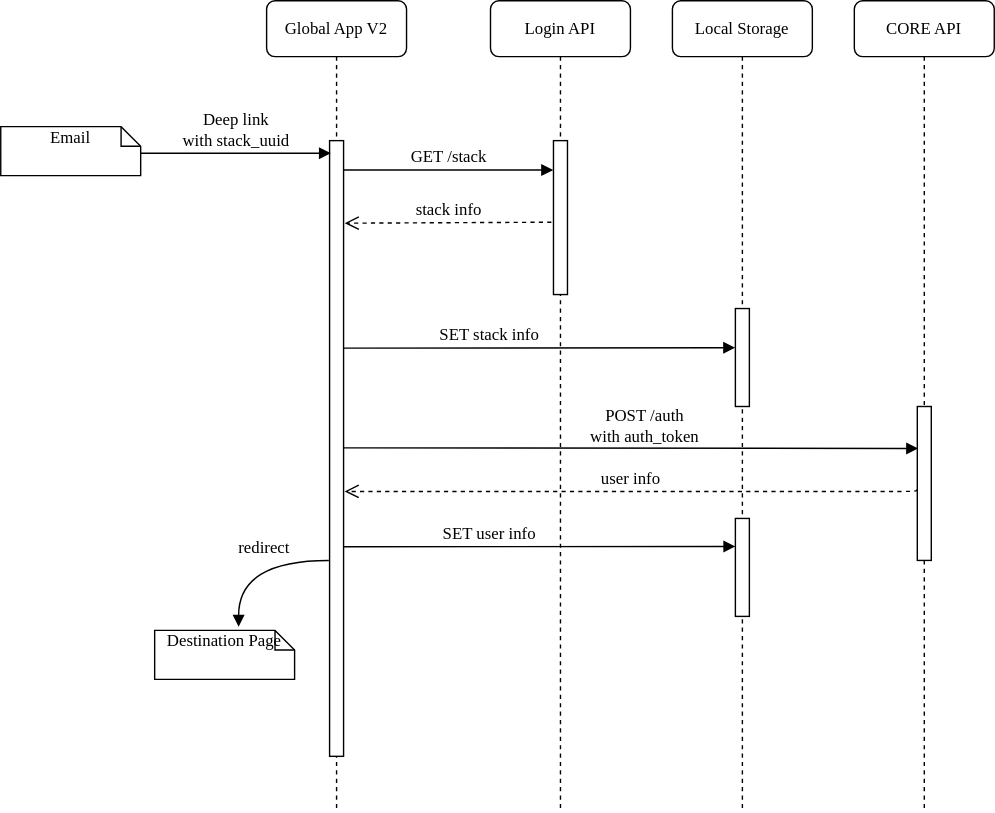
This is docs/workflows/deep-link.drawio.svg from intersective/app, a draw.io export, as it was before one commit. Source tidied: cells renumbered, new cells last; positions are measured from the earlier drawing's top-left corner, leaving out a move shared by most shapes. The source it was exported from:
```xml
<mxGraphModel>
  <root>
    <mxCell id="0" />
    <mxCell id="1" parent="0" />
    <mxCell id="2" value="Login API" style="shape=umlLifeline;perimeter=lifelinePerimeter;whiteSpace=wrap;html=1;rounded=1;shadow=0;comic=0;labelBackgroundColor=none;strokeWidth=1;fontFamily=Verdana;fontSize=12;align=center;" parent="1" vertex="1">
      <mxGeometry x="350" width="100" height="580" as="geometry" />
    </mxCell>
    <mxCell id="3" style="html=1;points=[];perimeter=orthogonalPerimeter;rounded=0;shadow=0;comic=0;labelBackgroundColor=none;strokeWidth=1;fontFamily=Verdana;fontSize=12;align=center;" parent="2" vertex="1">
      <mxGeometry x="45" y="100" width="10" height="110" as="geometry" />
    </mxCell>
    <mxCell id="4" value="Global App V2" style="shape=umlLifeline;perimeter=lifelinePerimeter;whiteSpace=wrap;html=1;rounded=1;shadow=0;comic=0;labelBackgroundColor=none;strokeWidth=1;fontFamily=Verdana;fontSize=12;align=center;" parent="1" vertex="1">
      <mxGeometry x="190" width="100" height="580" as="geometry" />
    </mxCell>
    <mxCell id="5" style="html=1;points=[];perimeter=orthogonalPerimeter;rounded=0;shadow=0;comic=0;labelBackgroundColor=none;strokeWidth=1;fontFamily=Verdana;fontSize=12;align=center;" parent="4" vertex="1">
      <mxGeometry x="45" y="100" width="10" height="440" as="geometry" />
    </mxCell>
    <mxCell id="6" value="stack info" style="html=1;verticalAlign=bottom;endArrow=open;dashed=1;endSize=8;labelBackgroundColor=none;fontFamily=Verdana;fontSize=12;edgeStyle=elbowEdgeStyle;elbow=vertical;exitX=-0.148;exitY=0.53;exitDx=0;exitDy=0;exitPerimeter=0;entryX=1.081;entryY=0.135;entryDx=0;entryDy=0;entryPerimeter=0;" parent="1" edge="1" source="3" target="5">
      <mxGeometry relative="1" as="geometry">
        <Array as="points">
          <mxPoint x="290" y="159" />
          <mxPoint x="360" y="150" />
          <mxPoint x="790" y="180" />
        </Array>
      </mxGeometry>
    </mxCell>
    <mxCell id="7" value="GET /stack" style="html=1;verticalAlign=bottom;endArrow=block;labelBackgroundColor=none;fontFamily=Verdana;fontSize=12;edgeStyle=elbowEdgeStyle;elbow=vertical;entryX=-0.017;entryY=0.193;entryDx=0;entryDy=0;entryPerimeter=0;" parent="1" edge="1" source="5" target="3">
      <mxGeometry relative="1" as="geometry">
        <Array as="points">
          <mxPoint x="360" y="121" />
          <mxPoint x="400" y="127" />
          <mxPoint x="310" y="130" />
        </Array>
      </mxGeometry>
    </mxCell>
    <mxCell id="8" value="Email" style="shape=note;whiteSpace=wrap;html=1;size=14;verticalAlign=top;align=center;spacingTop=-6;rounded=0;shadow=0;comic=0;labelBackgroundColor=none;strokeWidth=1;fontFamily=Verdana;fontSize=12;" parent="1" vertex="1">
      <mxGeometry y="90" width="100" height="35" as="geometry" />
    </mxCell>
    <mxCell id="9" value="Deep link&lt;br&gt;with stack_uuid" style="html=1;verticalAlign=bottom;endArrow=block;labelBackgroundColor=none;fontFamily=Verdana;fontSize=12;edgeStyle=elbowEdgeStyle;elbow=vertical;entryX=0.1;entryY=0.02;entryDx=0;entryDy=0;entryPerimeter=0;" parent="1" edge="1" target="5">
      <mxGeometry relative="1" as="geometry">
        <mxPoint x="100" y="109" as="sourcePoint" />
        <Array as="points">
          <mxPoint x="150" y="109" />
          <mxPoint x="105" y="110" />
        </Array>
      </mxGeometry>
    </mxCell>
    <mxCell id="10" value="Local Storage" style="shape=umlLifeline;perimeter=lifelinePerimeter;whiteSpace=wrap;html=1;rounded=1;shadow=0;comic=0;labelBackgroundColor=none;strokeWidth=1;fontFamily=Verdana;fontSize=12;align=center;" parent="1" vertex="1">
      <mxGeometry x="480" width="100" height="580" as="geometry" />
    </mxCell>
    <mxCell id="11" style="html=1;points=[];perimeter=orthogonalPerimeter;rounded=0;shadow=0;comic=0;labelBackgroundColor=none;strokeWidth=1;fontFamily=Verdana;fontSize=12;align=center;" parent="10" vertex="1">
      <mxGeometry x="45" y="220" width="10" height="70" as="geometry" />
    </mxCell>
    <mxCell id="12" value="SET stack info" style="html=1;verticalAlign=bottom;endArrow=block;labelBackgroundColor=none;fontFamily=Verdana;fontSize=12;edgeStyle=elbowEdgeStyle;elbow=vertical;entryX=-0.012;entryY=0.401;entryDx=0;entryDy=0;entryPerimeter=0;exitX=0.986;exitY=0.337;exitDx=0;exitDy=0;exitPerimeter=0;" parent="1" edge="1" source="5" target="11">
      <mxGeometry x="-0.26" relative="1" as="geometry">
        <Array as="points">
          <mxPoint x="500" y="248" />
          <mxPoint x="410" y="250" />
          <mxPoint x="410" y="260" />
          <mxPoint x="320" y="263" />
        </Array>
      </mxGeometry>
    </mxCell>
    <mxCell id="13" value="CORE API" style="shape=umlLifeline;perimeter=lifelinePerimeter;whiteSpace=wrap;html=1;rounded=1;shadow=0;comic=0;labelBackgroundColor=none;strokeWidth=1;fontFamily=Verdana;fontSize=12;align=center;" parent="1" vertex="1">
      <mxGeometry x="610" width="100" height="580" as="geometry" />
    </mxCell>
    <mxCell id="14" style="html=1;points=[];perimeter=orthogonalPerimeter;rounded=0;shadow=0;comic=0;labelBackgroundColor=none;strokeWidth=1;fontFamily=Verdana;fontSize=12;align=center;" parent="13" vertex="1">
      <mxGeometry x="45" y="290" width="10" height="110" as="geometry" />
    </mxCell>
    <mxCell id="15" value="POST /auth&lt;br&gt;with auth_token" style="html=1;verticalAlign=bottom;endArrow=block;labelBackgroundColor=none;fontFamily=Verdana;fontSize=12;edgeStyle=elbowEdgeStyle;elbow=vertical;exitX=0.968;exitY=0.499;exitDx=0;exitDy=0;exitPerimeter=0;entryX=0.065;entryY=0.279;entryDx=0;entryDy=0;entryPerimeter=0;" parent="1" edge="1" source="5" target="14">
      <mxGeometry x="0.05" y="-1" relative="1" as="geometry">
        <Array as="points">
          <mxPoint x="505.1" y="320" />
          <mxPoint x="415.1" y="322" />
          <mxPoint x="415.1" y="332" />
          <mxPoint x="325.1" y="335" />
        </Array>
      </mxGeometry>
    </mxCell>
    <mxCell id="16" value="user info" style="html=1;verticalAlign=bottom;endArrow=open;dashed=1;endSize=8;labelBackgroundColor=none;fontFamily=Verdana;fontSize=12;edgeStyle=elbowEdgeStyle;elbow=vertical;exitX=-0.019;exitY=0.537;exitDx=0;exitDy=0;exitPerimeter=0;entryX=1.074;entryY=0.569;entryDx=0;entryDy=0;entryPerimeter=0;" parent="1" edge="1" source="14" target="5">
      <mxGeometry relative="1" as="geometry">
        <Array as="points">
          <mxPoint x="394.2" y="350.7" />
          <mxPoint x="464.2" y="341.7" />
          <mxPoint x="894.2" y="371.7" />
        </Array>
      </mxGeometry>
    </mxCell>
    <mxCell id="17" style="html=1;perimeter=orthogonalPerimeter;rounded=0;shadow=0;comic=0;labelBackgroundColor=none;strokeWidth=1;fontFamily=Verdana;fontSize=12;align=center;" parent="1" vertex="1">
      <mxGeometry x="525" y="370" width="10" height="70" as="geometry" />
    </mxCell>
    <mxCell id="18" value="SET user info" style="html=1;verticalAlign=bottom;endArrow=block;labelBackgroundColor=none;fontFamily=Verdana;fontSize=12;edgeStyle=elbowEdgeStyle;elbow=vertical;entryX=-0.012;entryY=0.401;entryDx=0;entryDy=0;entryPerimeter=0;exitX=0.986;exitY=0.337;exitDx=0;exitDy=0;exitPerimeter=0;" parent="1" edge="1">
      <mxGeometry x="-0.26" relative="1" as="geometry">
        <mxPoint x="245" y="390.3" as="sourcePoint" />
        <mxPoint x="525" y="390.1" as="targetPoint" />
        <Array as="points">
          <mxPoint x="500.1" y="390" />
          <mxPoint x="410.1" y="392" />
          <mxPoint x="410.1" y="402" />
          <mxPoint x="320.1" y="405" />
        </Array>
      </mxGeometry>
    </mxCell>
    <mxCell id="19" value="redirect" style="html=1;verticalAlign=bottom;endArrow=block;labelBackgroundColor=none;fontFamily=Verdana;fontSize=12;elbow=vertical;edgeStyle=orthogonalEdgeStyle;curved=1;exitX=-0.052;exitY=0.256;exitDx=0;exitDy=0;exitPerimeter=0;" parent="1" edge="1">
      <mxGeometry x="-0.18" relative="1" as="geometry">
        <mxPoint x="234.5" y="400" as="sourcePoint" />
        <mxPoint x="170" y="447.4" as="targetPoint" />
        <Array as="points">
          <mxPoint x="170" y="400.4" />
        </Array>
      </mxGeometry>
    </mxCell>
    <mxCell id="20" value="Destination Page" style="shape=note;whiteSpace=wrap;html=1;size=14;verticalAlign=top;align=center;spacingTop=-6;rounded=0;shadow=0;comic=0;labelBackgroundColor=none;strokeWidth=1;fontFamily=Verdana;fontSize=12;" parent="1" vertex="1">
      <mxGeometry x="110" y="450" width="100" height="35" as="geometry" />
    </mxCell>
  </root>
</mxGraphModel>
```
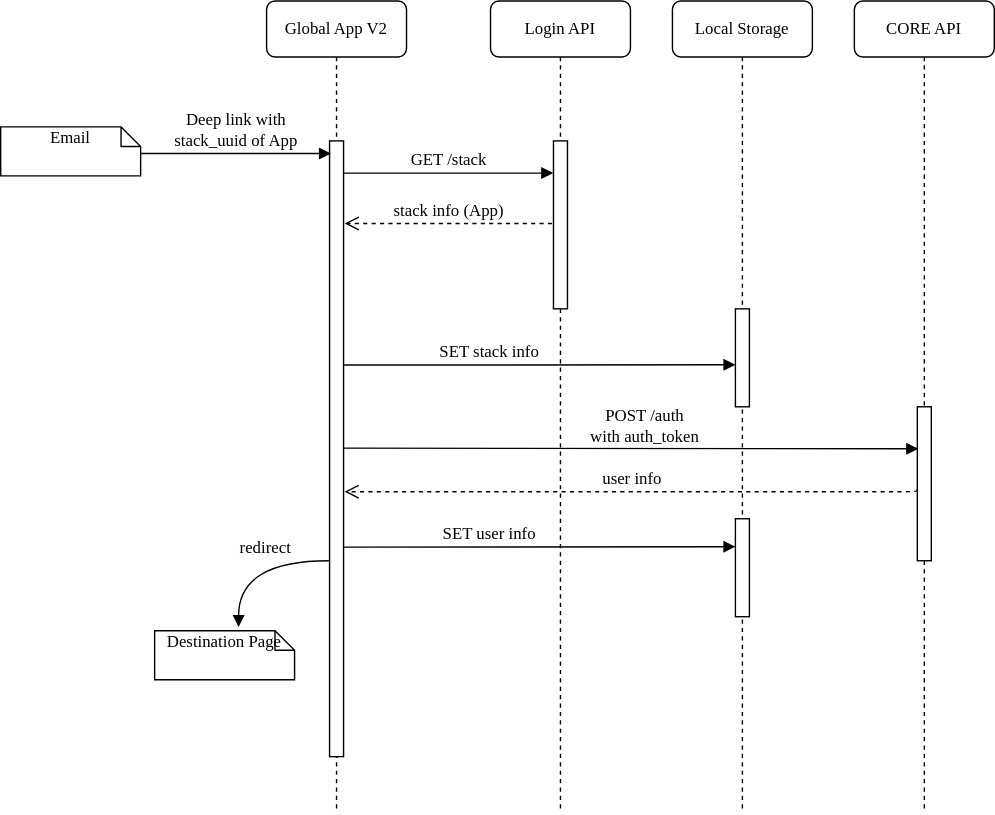
The same diagram one commit later.

The edit, as a diff of the source:
```diff
@@ -6,7 +6,7 @@
       <mxGeometry x="350" width="100" height="580" as="geometry" />
     </mxCell>
     <mxCell id="3" style="html=1;points=[];perimeter=orthogonalPerimeter;rounded=0;shadow=0;comic=0;labelBackgroundColor=none;strokeWidth=1;fontFamily=Verdana;fontSize=12;align=center;" parent="2" vertex="1">
-      <mxGeometry x="45" y="100" width="10" height="110" as="geometry" />
+      <mxGeometry x="45" y="100" width="10" height="120" as="geometry" />
     </mxCell>
     <mxCell id="4" value="Global App V2" style="shape=umlLifeline;perimeter=lifelinePerimeter;whiteSpace=wrap;html=1;rounded=1;shadow=0;comic=0;labelBackgroundColor=none;strokeWidth=1;fontFamily=Verdana;fontSize=12;align=center;" parent="1" vertex="1">
       <mxGeometry x="190" width="100" height="580" as="geometry" />
@@ -14,8 +14,9 @@
     <mxCell id="5" style="html=1;points=[];perimeter=orthogonalPerimeter;rounded=0;shadow=0;comic=0;labelBackgroundColor=none;strokeWidth=1;fontFamily=Verdana;fontSize=12;align=center;" parent="4" vertex="1">
       <mxGeometry x="45" y="100" width="10" height="440" as="geometry" />
     </mxCell>
-    <mxCell id="6" value="stack info" style="html=1;verticalAlign=bottom;endArrow=open;dashed=1;endSize=8;labelBackgroundColor=none;fontFamily=Verdana;fontSize=12;edgeStyle=elbowEdgeStyle;elbow=vertical;exitX=-0.148;exitY=0.53;exitDx=0;exitDy=0;exitPerimeter=0;entryX=1.081;entryY=0.135;entryDx=0;entryDy=0;entryPerimeter=0;" parent="1" edge="1" source="3" target="5">
+    <mxCell id="6" value="stack info (App)" style="html=1;verticalAlign=bottom;endArrow=open;dashed=1;endSize=8;labelBackgroundColor=none;fontFamily=Verdana;fontSize=12;edgeStyle=elbowEdgeStyle;elbow=vertical;entryX=1.081;entryY=0.135;entryDx=0;entryDy=0;entryPerimeter=0;" parent="1" edge="1" target="5">
       <mxGeometry relative="1" as="geometry">
+        <mxPoint x="394" y="159" as="sourcePoint" />
         <Array as="points">
           <mxPoint x="290" y="159" />
           <mxPoint x="360" y="150" />
@@ -26,7 +27,7 @@
     <mxCell id="7" value="GET /stack" style="html=1;verticalAlign=bottom;endArrow=block;labelBackgroundColor=none;fontFamily=Verdana;fontSize=12;edgeStyle=elbowEdgeStyle;elbow=vertical;entryX=-0.017;entryY=0.193;entryDx=0;entryDy=0;entryPerimeter=0;" parent="1" edge="1" source="5" target="3">
       <mxGeometry relative="1" as="geometry">
         <Array as="points">
-          <mxPoint x="360" y="121" />
+          <mxPoint x="390" y="123" />
           <mxPoint x="400" y="127" />
           <mxPoint x="310" y="130" />
         </Array>
@@ -35,7 +36,7 @@
     <mxCell id="8" value="Email" style="shape=note;whiteSpace=wrap;html=1;size=14;verticalAlign=top;align=center;spacingTop=-6;rounded=0;shadow=0;comic=0;labelBackgroundColor=none;strokeWidth=1;fontFamily=Verdana;fontSize=12;" parent="1" vertex="1">
       <mxGeometry y="90" width="100" height="35" as="geometry" />
     </mxCell>
-    <mxCell id="9" value="Deep link&lt;br&gt;with stack_uuid" style="html=1;verticalAlign=bottom;endArrow=block;labelBackgroundColor=none;fontFamily=Verdana;fontSize=12;edgeStyle=elbowEdgeStyle;elbow=vertical;entryX=0.1;entryY=0.02;entryDx=0;entryDy=0;entryPerimeter=0;" parent="1" edge="1" target="5">
+    <mxCell id="9" value="Deep link with &lt;br&gt;stack_uuid of App" style="html=1;verticalAlign=bottom;endArrow=block;labelBackgroundColor=none;fontFamily=Verdana;fontSize=12;edgeStyle=elbowEdgeStyle;elbow=vertical;entryX=0.1;entryY=0.02;entryDx=0;entryDy=0;entryPerimeter=0;" parent="1" edge="1" target="5">
       <mxGeometry relative="1" as="geometry">
         <mxPoint x="100" y="109" as="sourcePoint" />
         <Array as="points">
@@ -50,9 +51,11 @@
     <mxCell id="11" style="html=1;points=[];perimeter=orthogonalPerimeter;rounded=0;shadow=0;comic=0;labelBackgroundColor=none;strokeWidth=1;fontFamily=Verdana;fontSize=12;align=center;" parent="10" vertex="1">
       <mxGeometry x="45" y="220" width="10" height="70" as="geometry" />
     </mxCell>
-    <mxCell id="12" value="SET stack info" style="html=1;verticalAlign=bottom;endArrow=block;labelBackgroundColor=none;fontFamily=Verdana;fontSize=12;edgeStyle=elbowEdgeStyle;elbow=vertical;entryX=-0.012;entryY=0.401;entryDx=0;entryDy=0;entryPerimeter=0;exitX=0.986;exitY=0.337;exitDx=0;exitDy=0;exitPerimeter=0;" parent="1" edge="1" source="5" target="11">
+    <mxCell id="12" value="SET stack info" style="html=1;verticalAlign=bottom;endArrow=block;labelBackgroundColor=none;fontFamily=Verdana;fontSize=12;edgeStyle=elbowEdgeStyle;elbow=vertical;exitX=1.039;exitY=0.364;exitDx=0;exitDy=0;exitPerimeter=0;" parent="1" edge="1" source="5">
       <mxGeometry x="-0.26" relative="1" as="geometry">
+        <mxPoint x="525" y="260" as="targetPoint" />
         <Array as="points">
+          <mxPoint x="380" y="260" />
           <mxPoint x="500" y="248" />
           <mxPoint x="410" y="250" />
           <mxPoint x="410" y="260" />
```
